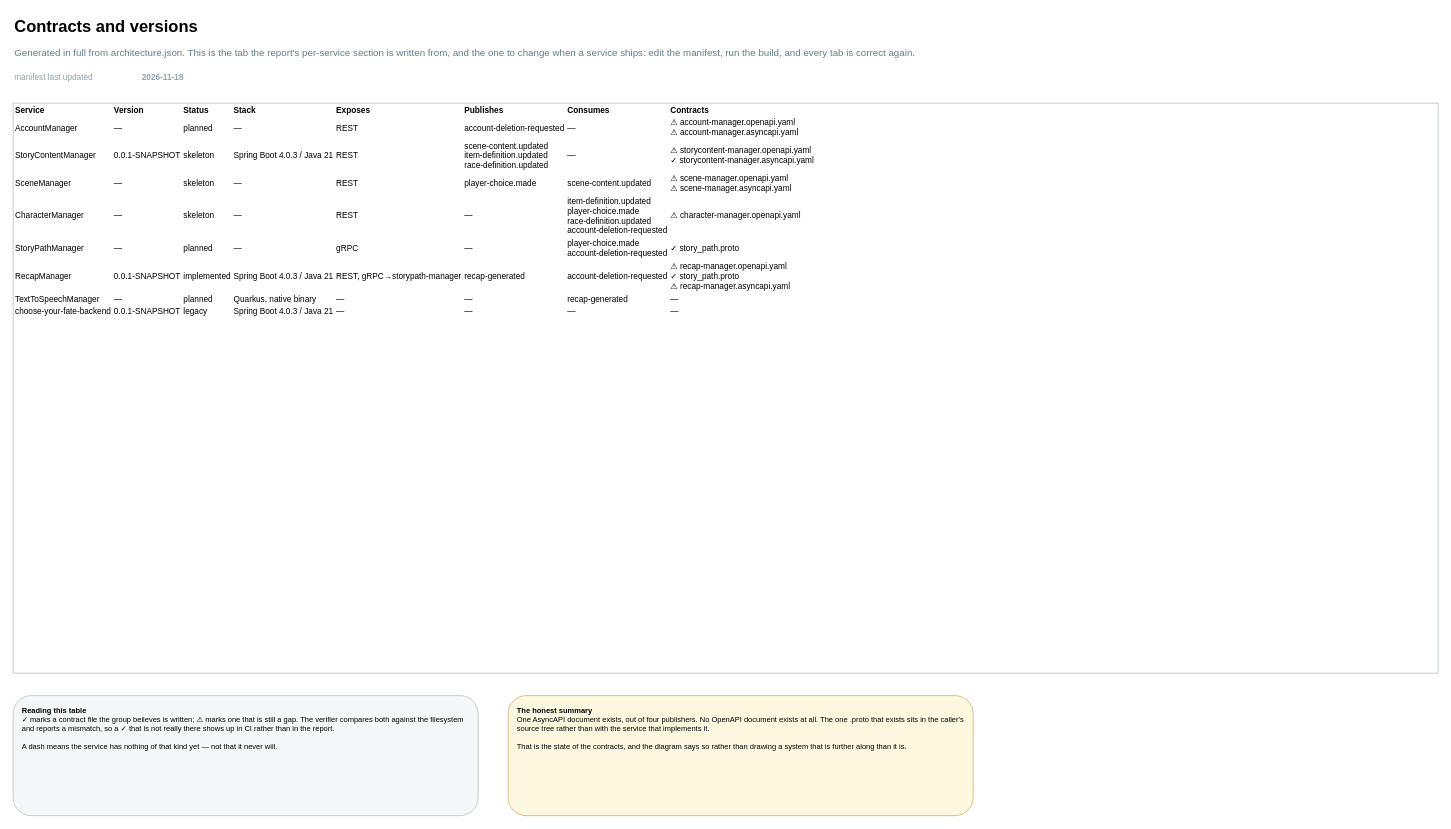
Earlier version of the draw.io diagram page "Contracts and versions" (6 of 9) of docs/architecture/architecture.drawio (Grupp2B-Spam/RPG_Choose_Your_Fate_Sem2). Source tidied: cells renumbered, new cells numbered last; positions are measured from the earlier drawing's top-left corner, leaving out a move shared by most shapes. Both pictures are drawn from the tidied source at 75%, with x=0, y=0 at pixel (13, 13).
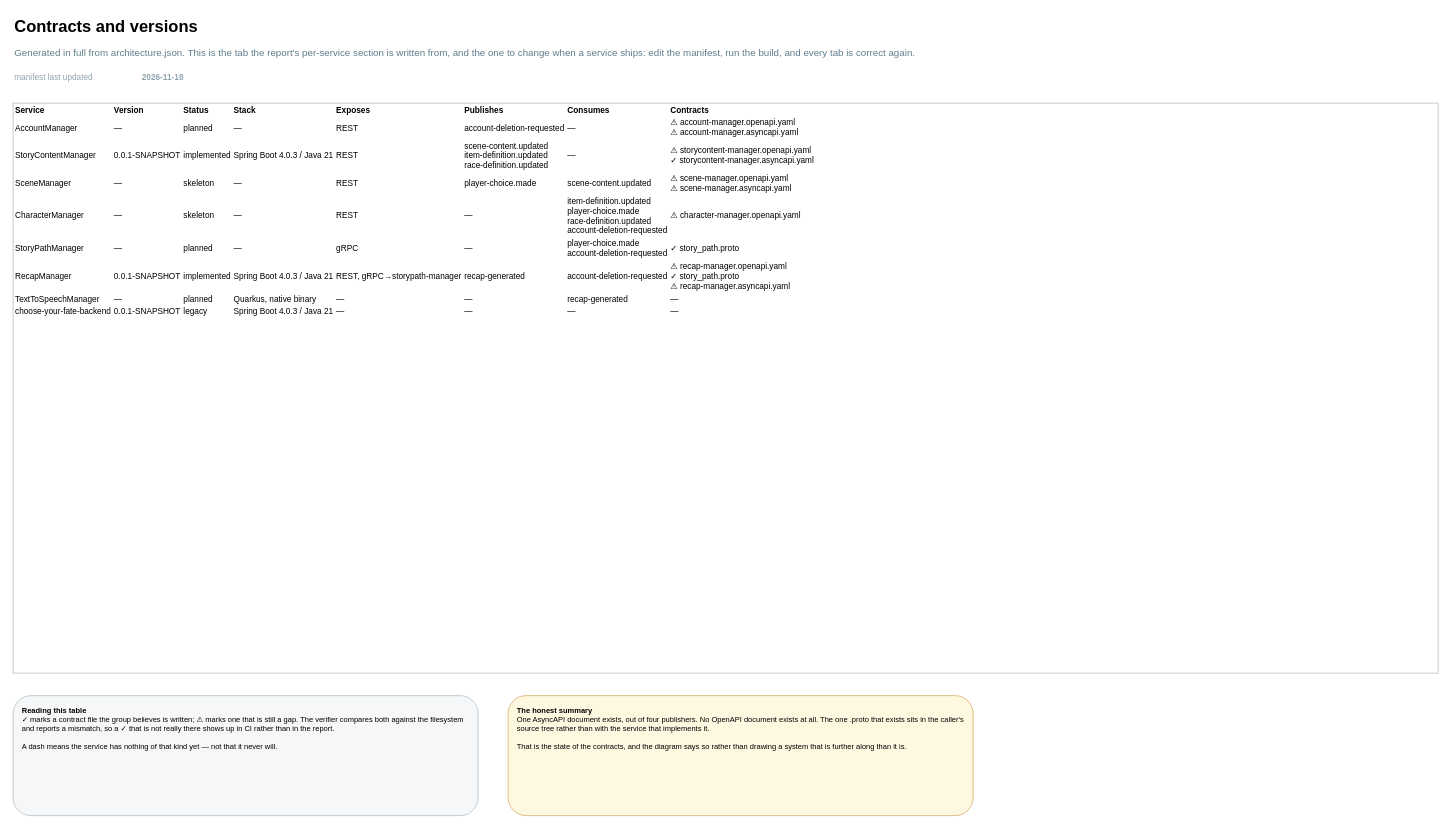
After the change.

Commit message (it also covers changes not shown here):
feat(architecture): StoryContentManager is no longer a skeleton

Change to the diagram source:
```diff
@@
 <mxGraphModel>
   <root>
     <mxCell id="0" />
     <mxCell id="1" parent="0" />
     <mxCell id="2" value="Contracts and versions" style="text;html=1;fontSize=22;fontStyle=1;align=left;verticalAlign=middle;" parent="1" vertex="1">
       <mxGeometry width="1400" height="36" as="geometry" />
     </mxCell>
     <mxCell id="3" value="Generated in full from architecture.json. This is the tab the report's per-service section is written from, and the one to change when a service ships: edit the manifest, run the build, and every tab is correct again." style="text;html=1;fontSize=13;fontColor=#607d8b;align=left;verticalAlign=middle;" parent="1" vertex="1">
       <mxGeometry y="40" width="1400" height="24" as="geometry" />
     </mxCell>
     <mxCell id="4" value="manifest last updated" style="text;html=1;fontSize=11;fontColor=#90a4ae;align=left;verticalAlign=middle;" parent="1" vertex="1">
       <mxGeometry y="74" width="160" height="22" as="geometry" />
     </mxCell>
     <mxCell id="5" value="2026-11-18" style="text;html=1;fontSize=11;fontColor=#90a4ae;align=left;verticalAlign=middle;fontStyle=1;" parent="1" vertex="1">
       <mxGeometry x="170" y="74" width="200" height="22" as="geometry" />
     </mxCell>
-    <mxCell id="6" value="&lt;table&gt;&lt;tr&gt;&lt;th&gt;Service&lt;/th&gt;&lt;th&gt;Version&lt;/th&gt;&lt;th&gt;Status&lt;/th&gt;&lt;th&gt;Stack&lt;/th&gt;&lt;th&gt;Exposes&lt;/th&gt;&lt;th&gt;Publishes&lt;/th&gt;&lt;th&gt;Consumes&lt;/th&gt;&lt;th&gt;Contracts&lt;/th&gt;&lt;/tr&gt;&lt;tr&gt;&lt;td&gt;AccountManager&lt;/td&gt;&lt;td&gt;—&lt;/td&gt;&lt;td&gt;planned&lt;/td&gt;&lt;td&gt;—&lt;/td&gt;&lt;td&gt;REST&lt;/td&gt;&lt;td&gt;account-deletion-requested&lt;/td&gt;&lt;td&gt;—&lt;/td&gt;&lt;td&gt;⚠ account-manager.openapi.yaml&lt;br&gt;⚠ account-manager.asyncapi.yaml&lt;/td&gt;&lt;/tr&gt;&lt;tr&gt;&lt;td&gt;StoryContentManager&lt;/td&gt;&lt;td&gt;0.0.1-SNAPSHOT&lt;/td&gt;&lt;td&gt;skeleton&lt;/td&gt;&lt;td&gt;Spring Boot 4.0.3 / Java 21&lt;/td&gt;&lt;td&gt;REST&lt;/td&gt;&lt;td&gt;scene-content.updated&lt;br&gt;item-definition.updated&lt;br&gt;race-definition.updated&lt;/td&gt;&lt;td&gt;—&lt;/td&gt;&lt;td&gt;⚠ storycontent-manager.openapi.yaml&lt;br&gt;✓ storycontent-manager.asyncapi.yaml&lt;/td&gt;&lt;/tr&gt;&lt;tr&gt;&lt;td&gt;SceneManager&lt;/td&gt;&lt;td&gt;—&lt;/td&gt;&lt;td&gt;skeleton&lt;/td&gt;&lt;td&gt;—&lt;/td&gt;&lt;td&gt;REST&lt;/td&gt;&lt;td&gt;player-choice.made&lt;/td&gt;&lt;td&gt;scene-content.updated&lt;/td&gt;&lt;td&gt;⚠ scene-manager.openapi.yaml&lt;br&gt;⚠ scene-manager.asyncapi.yaml&lt;/td&gt;&lt;/tr&gt;&lt;tr&gt;&lt;td&gt;CharacterManager&lt;/td&gt;&lt;td&gt;—&lt;/td&gt;&lt;td&gt;skeleton&lt;/td&gt;&lt;td&gt;—&lt;/td&gt;&lt;td&gt;REST&lt;/td&gt;&lt;td&gt;—&lt;/td&gt;&lt;td&gt;item-definition.updated&lt;br&gt;player-choice.made&lt;br&gt;race-definition.updated&lt;br&gt;account-deletion-requested&lt;/td&gt;&lt;td&gt;⚠ character-manager.openapi.yaml&lt;/td&gt;&lt;/tr&gt;&lt;tr&gt;&lt;td&gt;StoryPathManager&lt;/td&gt;&lt;td&gt;—&lt;/td&gt;&lt;td&gt;planned&lt;/td&gt;&lt;td&gt;—&lt;/td&gt;&lt;td&gt;gRPC&lt;/td&gt;&lt;td&gt;—&lt;/td&gt;&lt;td&gt;player-choice.made&lt;br&gt;account-deletion-requested&lt;/td&gt;&lt;td&gt;✓ story_path.proto&lt;/td&gt;&lt;/tr&gt;&lt;tr&gt;&lt;td&gt;RecapManager&lt;/td&gt;&lt;td&gt;0.0.1-SNAPSHOT&lt;/td&gt;&lt;td&gt;implemented&lt;/td&gt;&lt;td&gt;Spring Boot 4.0.3 / Java 21&lt;/td&gt;&lt;td&gt;REST, gRPC→storypath-manager&lt;/td&gt;&lt;td&gt;recap-generated&lt;/td&gt;&lt;td&gt;account-deletion-requested&lt;/td&gt;&lt;td&gt;⚠ recap-manager.openapi.yaml&lt;br&gt;✓ story_path.proto&lt;br&gt;⚠ recap-manager.asyncapi.yaml&lt;/td&gt;&lt;/tr&gt;&lt;tr&gt;&lt;td&gt;TextToSpeechManager&lt;/td&gt;&lt;td&gt;—&lt;/td&gt;&lt;td&gt;planned&lt;/td&gt;&lt;td&gt;Quarkus, native binary&lt;/td&gt;&lt;td&gt;—&lt;/td&gt;&lt;td&gt;—&lt;/td&gt;&lt;td&gt;recap-generated&lt;/td&gt;&lt;td&gt;—&lt;/td&gt;&lt;/tr&gt;&lt;tr&gt;&lt;td&gt;choose-your-fate-backend&lt;/td&gt;&lt;td&gt;0.0.1-SNAPSHOT&lt;/td&gt;&lt;td&gt;legacy&lt;/td&gt;&lt;td&gt;Spring Boot 4.0.3 / Java 21&lt;/td&gt;&lt;td&gt;—&lt;/td&gt;&lt;td&gt;—&lt;/td&gt;&lt;td&gt;—&lt;/td&gt;&lt;td&gt;—&lt;/td&gt;&lt;/tr&gt;&lt;/table&gt;" style="rounded=0;whiteSpace=wrap;html=1;fillColor=#ffffff;strokeColor=#b0bec5;align=left;verticalAlign=top;spacingLeft=10;spacingTop=10;fontSize=11;overflow=fill;" parent="1" vertex="1">
+    <mxCell id="6" value="&lt;table&gt;&lt;tr&gt;&lt;th&gt;Service&lt;/th&gt;&lt;th&gt;Version&lt;/th&gt;&lt;th&gt;Status&lt;/th&gt;&lt;th&gt;Stack&lt;/th&gt;&lt;th&gt;Exposes&lt;/th&gt;&lt;th&gt;Publishes&lt;/th&gt;&lt;th&gt;Consumes&lt;/th&gt;&lt;th&gt;Contracts&lt;/th&gt;&lt;/tr&gt;&lt;tr&gt;&lt;td&gt;AccountManager&lt;/td&gt;&lt;td&gt;—&lt;/td&gt;&lt;td&gt;planned&lt;/td&gt;&lt;td&gt;—&lt;/td&gt;&lt;td&gt;REST&lt;/td&gt;&lt;td&gt;account-deletion-requested&lt;/td&gt;&lt;td&gt;—&lt;/td&gt;&lt;td&gt;⚠ account-manager.openapi.yaml&lt;br&gt;⚠ account-manager.asyncapi.yaml&lt;/td&gt;&lt;/tr&gt;&lt;tr&gt;&lt;td&gt;StoryContentManager&lt;/td&gt;&lt;td&gt;0.0.1-SNAPSHOT&lt;/td&gt;&lt;td&gt;implemented&lt;/td&gt;&lt;td&gt;Spring Boot 4.0.3 / Java 21&lt;/td&gt;&lt;td&gt;REST&lt;/td&gt;&lt;td&gt;scene-content.updated&lt;br&gt;item-definition.updated&lt;br&gt;race-definition.updated&lt;/td&gt;&lt;td&gt;—&lt;/td&gt;&lt;td&gt;⚠ storycontent-manager.openapi.yaml&lt;br&gt;✓ storycontent-manager.asyncapi.yaml&lt;/td&gt;&lt;/tr&gt;&lt;tr&gt;&lt;td&gt;SceneManager&lt;/td&gt;&lt;td&gt;—&lt;/td&gt;&lt;td&gt;skeleton&lt;/td&gt;&lt;td&gt;—&lt;/td&gt;&lt;td&gt;REST&lt;/td&gt;&lt;td&gt;player-choice.made&lt;/td&gt;&lt;td&gt;scene-content.updated&lt;/td&gt;&lt;td&gt;⚠ scene-manager.openapi.yaml&lt;br&gt;⚠ scene-manager.asyncapi.yaml&lt;/td&gt;&lt;/tr&gt;&lt;tr&gt;&lt;td&gt;CharacterManager&lt;/td&gt;&lt;td&gt;—&lt;/td&gt;&lt;td&gt;skeleton&lt;/td&gt;&lt;td&gt;—&lt;/td&gt;&lt;td&gt;REST&lt;/td&gt;&lt;td&gt;—&lt;/td&gt;&lt;td&gt;item-definition.updated&lt;br&gt;player-choice.made&lt;br&gt;race-definition.updated&lt;br&gt;account-deletion-requested&lt;/td&gt;&lt;td&gt;⚠ character-manager.openapi.yaml&lt;/td&gt;&lt;/tr&gt;&lt;tr&gt;&lt;td&gt;StoryPathManager&lt;/td&gt;&lt;td&gt;—&lt;/td&gt;&lt;td&gt;planned&lt;/td&gt;&lt;td&gt;—&lt;/td&gt;&lt;td&gt;gRPC&lt;/td&gt;&lt;td&gt;—&lt;/td&gt;&lt;td&gt;player-choice.made&lt;br&gt;account-deletion-requested&lt;/td&gt;&lt;td&gt;✓ story_path.proto&lt;/td&gt;&lt;/tr&gt;&lt;tr&gt;&lt;td&gt;RecapManager&lt;/td&gt;&lt;td&gt;0.0.1-SNAPSHOT&lt;/td&gt;&lt;td&gt;implemented&lt;/td&gt;&lt;td&gt;Spring Boot 4.0.3 / Java 21&lt;/td&gt;&lt;td&gt;REST, gRPC→storypath-manager&lt;/td&gt;&lt;td&gt;recap-generated&lt;/td&gt;&lt;td&gt;account-deletion-requested&lt;/td&gt;&lt;td&gt;⚠ recap-manager.openapi.yaml&lt;br&gt;✓ story_path.proto&lt;br&gt;⚠ recap-manager.asyncapi.yaml&lt;/td&gt;&lt;/tr&gt;&lt;tr&gt;&lt;td&gt;TextToSpeechManager&lt;/td&gt;&lt;td&gt;—&lt;/td&gt;&lt;td&gt;planned&lt;/td&gt;&lt;td&gt;Quarkus, native binary&lt;/td&gt;&lt;td&gt;—&lt;/td&gt;&lt;td&gt;—&lt;/td&gt;&lt;td&gt;recap-generated&lt;/td&gt;&lt;td&gt;—&lt;/td&gt;&lt;/tr&gt;&lt;tr&gt;&lt;td&gt;choose-your-fate-backend&lt;/td&gt;&lt;td&gt;0.0.1-SNAPSHOT&lt;/td&gt;&lt;td&gt;legacy&lt;/td&gt;&lt;td&gt;Spring Boot 4.0.3 / Java 21&lt;/td&gt;&lt;td&gt;—&lt;/td&gt;&lt;td&gt;—&lt;/td&gt;&lt;td&gt;—&lt;/td&gt;&lt;td&gt;—&lt;/td&gt;&lt;/tr&gt;&lt;/table&gt;" style="rounded=0;whiteSpace=wrap;html=1;fillColor=#ffffff;strokeColor=#b0bec5;align=left;verticalAlign=top;spacingLeft=10;spacingTop=10;fontSize=11;overflow=fill;" parent="1" vertex="1">
       <mxGeometry y="120" width="1900" height="760" as="geometry" />
     </mxCell>
     <mxCell id="7" value="&lt;b&gt;Reading this table&lt;/b&gt;&lt;br&gt;✓ marks a contract file the group believes is written; ⚠ marks one that is still a gap. The verifier compares both against the filesystem and reports a mismatch, so a ✓ that is not really there shows up in CI rather than in the report.&lt;br&gt;&lt;br&gt;A dash means the service has nothing of that kind yet — not that it never will." style="rounded=1;whiteSpace=wrap;html=1;fillColor=#f5f7f8;strokeColor=#b0bec5;align=left;verticalAlign=top;spacingLeft=10;spacingTop=8;fontSize=10;" parent="1" vertex="1">
       <mxGeometry y="910" width="620" height="160" as="geometry" />
     </mxCell>
     <mxCell id="8" value="&lt;b&gt;The honest summary&lt;/b&gt;&lt;br&gt;One AsyncAPI document exists, out of four publishers. No OpenAPI document exists at all. The one .proto that exists sits in the caller's source tree rather than with the service that implements it.&lt;br&gt;&lt;br&gt;That is the state of the contracts, and the diagram says so rather than drawing a system that is further along than it is." style="rounded=1;whiteSpace=wrap;html=1;fillColor=#fff8e1;strokeColor=#d6a860;align=left;verticalAlign=top;spacingLeft=10;spacingTop=8;fontSize=10;" parent="1" vertex="1">
       <mxGeometry x="660" y="910" width="620" height="160" as="geometry" />
     </mxCell>
   </root>
 </mxGraphModel>
```
